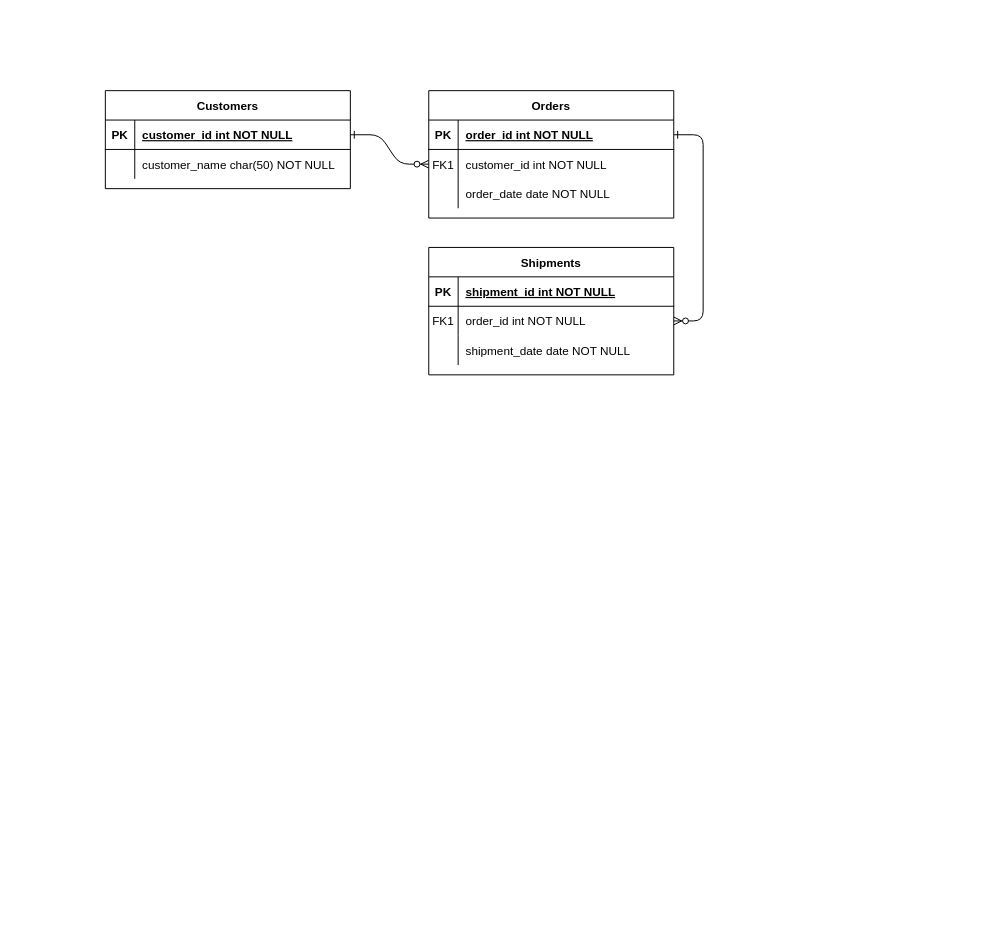
UIT20522097/UIT20522097.github.io keeps this draw.io diagram as Untitled Diagram.drawio. Above is the earlier version. Source tidied: cells renumbered, new cells numbered last; positions are measured from the earlier drawing's top-left corner, leaving out a move shared by most shapes. Both pictures are drawn from the tidied source at 98%, with x=0, y=0 at pixel (105, 90).
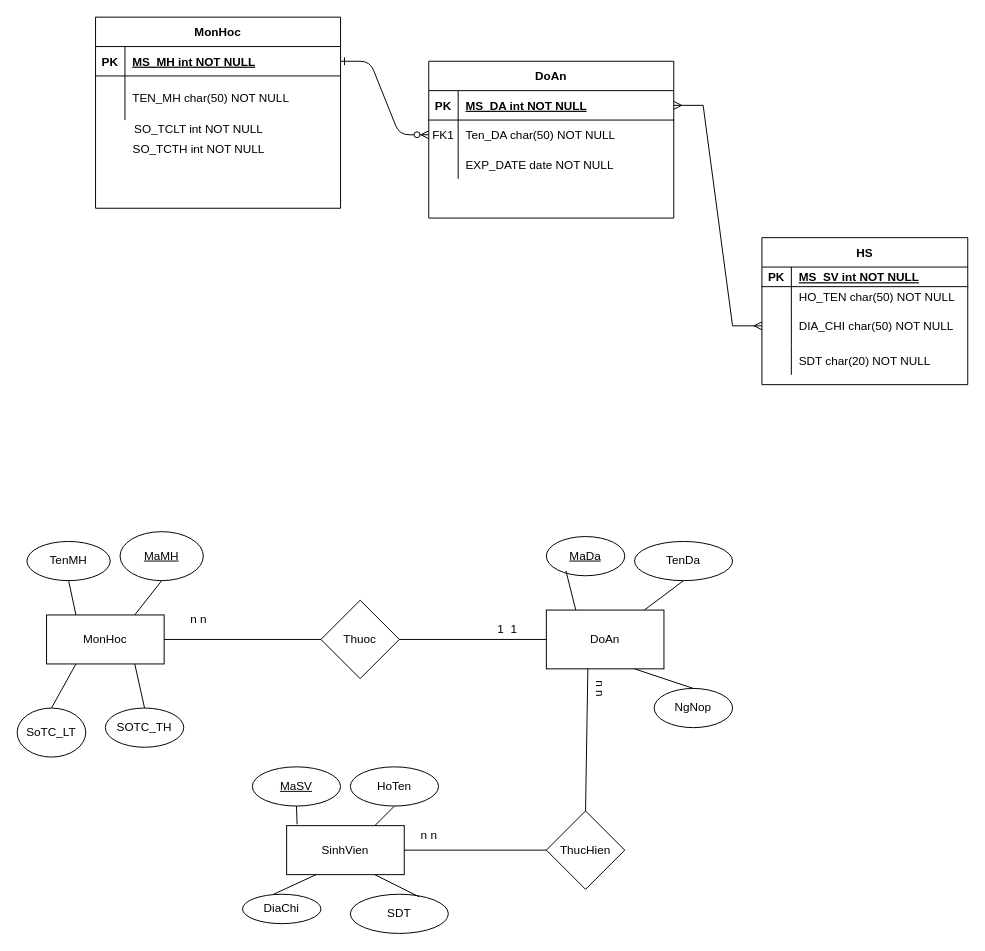
The same page after the edit.

The change refers to these unchanged cells:
```xml
<mxCell id="5" style="shape=partialRectangle;fillColor=none;points=[[0,0.5],[1,0.5]];portConstraint=eastwest;top=0;left=0;right=0;bottom=1;" parent="4" vertex="1">
  <mxGeometry y="30" width="250" height="30" as="geometry" />
</mxCell>
<mxCell id="8" style="shape=partialRectangle;fillColor=none;points=[[0,0.5],[1,0.5]];portConstraint=eastwest;top=0;left=0;right=0;bottom=0;" parent="4" vertex="1">
  <mxGeometry y="60" width="250" height="30" as="geometry" />
</mxCell>
<mxCell id="11" style="shape=partialRectangle;fillColor=none;top=0;left=0;right=0;bottom=0;" parent="4" vertex="1">
  <mxGeometry y="90" width="250" height="30" as="geometry" />
</mxCell>
<mxCell id="25" style="shape=partialRectangle;fillColor=none;points=[[0,0.5],[1,0.5]];portConstraint=eastwest;top=0;left=0;right=0;bottom=1;" parent="24" vertex="1">
  <mxGeometry y="30" width="250" height="30" as="geometry" />
</mxCell>
```

The edit, as a diff of the source:
```diff
@@
-    <mxCell id="3" style="edgeStyle=entityRelationEdgeStyle;endArrow=ERzeroToMany;startArrow=ERone;endFill=1;startFill=0;" parent="1" edge="1" source="5" target="18">
-      <mxGeometry relative="1" as="geometry" />
-    </mxCell>
-    <mxCell id="4" value="Orders" style="shape=table;startSize=30;childLayout=tableLayout;rowLines=0;fontStyle=1;align=center;" parent="1" vertex="1">
-      <mxGeometry x="330" width="250" height="130" as="geometry" />
+    <mxCell id="4" value="DoAn" style="shape=table;startSize=30;childLayout=tableLayout;rowLines=0;fontStyle=1;align=center;" parent="1" vertex="1">
+      <mxGeometry x="330" y="-30" width="250" height="160" as="geometry" />
     </mxCell>
@@
-    <mxCell id="7" value="order_id int NOT NULL " style="shape=partialRectangle;overflow=hidden;fillColor=none;top=0;left=0;bottom=0;right=0;align=left;spacingLeft=6;fontStyle=5;" parent="5" vertex="1">
+    <mxCell id="7" value="MS_DA int NOT NULL " style="shape=partialRectangle;overflow=hidden;fillColor=none;top=0;left=0;bottom=0;right=0;align=left;spacingLeft=6;fontStyle=5;" parent="5" vertex="1">
       <mxGeometry x="30" width="220" height="30" as="geometry" />
     </mxCell>
@@
-    <mxCell id="10" value="customer_id int NOT NULL" style="shape=partialRectangle;overflow=hidden;fillColor=none;top=0;left=0;bottom=0;right=0;align=left;spacingLeft=6;" parent="8" vertex="1">
+    <mxCell id="10" value="Ten_DA char(50) NOT NULL" style="shape=partialRectangle;overflow=hidden;fillColor=none;top=0;left=0;bottom=0;right=0;align=left;spacingLeft=6;" parent="8" vertex="1">
       <mxGeometry x="30" width="220" height="30" as="geometry" />
     </mxCell>
@@
-    <mxCell id="13" value="order_date date NOT NULL" style="shape=partialRectangle;overflow=hidden;fillColor=none;top=0;left=0;bottom=0;right=0;align=left;spacingLeft=6;" parent="11" vertex="1">
+    <mxCell id="13" value="EXP_DATE date NOT NULL" style="shape=partialRectangle;overflow=hidden;fillColor=none;top=0;left=0;bottom=0;right=0;align=left;spacingLeft=6;" parent="11" vertex="1">
       <mxGeometry x="30" width="220" height="30" as="geometry" />
     </mxCell>
-    <mxCell id="14" value="Shipments" style="shape=table;startSize=30;childLayout=tableLayout;rowLines=0;fontStyle=1;align=center;" parent="1" vertex="1">
-      <mxGeometry x="330" y="160" width="250" height="130" as="geometry" />
-    </mxCell>
-    <mxCell id="15" style="shape=partialRectangle;fillColor=none;top=0;left=0;right=0;bottom=1;" parent="14" vertex="1">
-      <mxGeometry y="30" width="250" height="30" as="geometry" />
-    </mxCell>
-    <mxCell id="16" value="PK" style="shape=partialRectangle;overflow=hidden;fillColor=none;top=0;left=0;bottom=0;right=0;fontStyle=1;" parent="15" vertex="1">
-      <mxGeometry width="30" height="30" as="geometry" />
-    </mxCell>
-    <mxCell id="17" value="shipment_id int NOT NULL " style="shape=partialRectangle;overflow=hidden;fillColor=none;top=0;left=0;bottom=0;right=0;align=left;spacingLeft=6;fontStyle=5;" parent="15" vertex="1">
-      <mxGeometry x="30" width="220" height="30" as="geometry" />
-    </mxCell>
-    <mxCell id="18" style="shape=partialRectangle;fillColor=none;points=[[0,0.5],[1,0.5]];portConstraint=eastwest;top=0;left=0;right=0;bottom=0;" parent="14" vertex="1">
-      <mxGeometry y="60" width="250" height="30" as="geometry" />
-    </mxCell>
-    <mxCell id="19" value="FK1" style="shape=partialRectangle;overflow=hidden;fillColor=none;top=0;left=0;bottom=0;right=0;" parent="18" vertex="1">
-      <mxGeometry width="30" height="30" as="geometry" />
-    </mxCell>
-    <mxCell id="20" value="order_id int NOT NULL" style="shape=partialRectangle;overflow=hidden;fillColor=none;top=0;left=0;bottom=0;right=0;align=left;spacingLeft=6;" parent="18" vertex="1">
-      <mxGeometry x="30" width="220" height="30" as="geometry" />
-    </mxCell>
-    <mxCell id="21" style="shape=partialRectangle;fillColor=none;top=0;left=0;right=0;bottom=0;" parent="14" vertex="1">
-      <mxGeometry y="90" width="250" height="30" as="geometry" />
-    </mxCell>
-    <mxCell id="22" style="shape=partialRectangle;overflow=hidden;fillColor=none;top=0;left=0;bottom=0;right=0;" parent="21" vertex="1">
-      <mxGeometry width="30" height="30" as="geometry" />
-    </mxCell>
-    <mxCell id="23" value="shipment_date date NOT NULL" style="shape=partialRectangle;overflow=hidden;fillColor=none;top=0;left=0;bottom=0;right=0;align=left;spacingLeft=6;" parent="21" vertex="1">
-      <mxGeometry x="30" width="220" height="30" as="geometry" />
-    </mxCell>
-    <mxCell id="24" value="Customers" style="shape=table;startSize=30;childLayout=tableLayout;rowLines=0;fontStyle=1;align=center;" parent="1" vertex="1">
-      <mxGeometry width="250" height="100" as="geometry" />
+    <mxCell id="24" value="MonHoc" style="shape=table;startSize=30;childLayout=tableLayout;rowLines=0;fontStyle=1;align=center;" parent="1" vertex="1">
+      <mxGeometry x="-10" y="-75" width="250" height="195" as="geometry" />
     </mxCell>
@@
-    <mxCell id="27" value="customer_id int NOT NULL " style="shape=partialRectangle;overflow=hidden;fillColor=none;top=0;left=0;bottom=0;right=0;align=left;spacingLeft=6;fontStyle=5;" parent="25" vertex="1">
+    <mxCell id="27" value="MS_MH int NOT NULL" style="shape=partialRectangle;overflow=hidden;fillColor=none;top=0;left=0;bottom=0;right=0;align=left;spacingLeft=6;fontStyle=5;" parent="25" vertex="1">
       <mxGeometry x="30" width="220" height="30" as="geometry" />
     </mxCell>
     <mxCell id="28" style="shape=partialRectangle;fillColor=none;top=0;left=0;right=0;bottom=0;" parent="24" vertex="1">
-      <mxGeometry y="60" width="250" height="30" as="geometry" />
+      <mxGeometry y="60" width="250" height="45" as="geometry" />
     </mxCell>
     <mxCell id="29" style="shape=partialRectangle;overflow=hidden;fillColor=none;top=0;left=0;bottom=0;right=0;" parent="28" vertex="1">
-      <mxGeometry width="30" height="30" as="geometry" />
+      <mxGeometry width="30" height="45" as="geometry" />
     </mxCell>
-    <mxCell id="30" value="customer_name char(50) NOT NULL" style="shape=partialRectangle;overflow=hidden;fillColor=none;top=0;left=0;bottom=0;right=0;align=left;spacingLeft=6;" parent="28" vertex="1">
-      <mxGeometry x="30" width="220" height="30" as="geometry" />
+    <mxCell id="30" value="TEN_MH char(50) NOT NULL" style="shape=partialRectangle;overflow=hidden;fillColor=none;top=0;left=0;bottom=0;right=0;align=left;spacingLeft=6;" parent="28" vertex="1">
+      <mxGeometry x="30" width="220" height="45" as="geometry" />
     </mxCell>
+    <mxCell id="31" value="SO_TCLT int NOT NULL" style="text;html=1;align=center;verticalAlign=middle;strokeColor=none;fillColor=none;" parent="1" vertex="1">
+      <mxGeometry x="20" y="30" width="150" height="20" as="geometry" />
+    </mxCell>
+    <mxCell id="32" value="SO_TCTH int NOT NULL" style="text;html=1;align=center;verticalAlign=middle;strokeColor=none;fillColor=none;" parent="1" vertex="1">
+      <mxGeometry x="20" y="50" width="150" height="20" as="geometry" />
+    </mxCell>
+    <mxCell id="33" value="MonHoc" style="rounded=0;whiteSpace=wrap;html=1;" parent="1" vertex="1">
+      <mxGeometry x="-60" y="535" width="120" height="50" as="geometry" />
+    </mxCell>
+    <mxCell id="34" value="DoAn" style="whiteSpace=wrap;html=1;" parent="1" vertex="1">
+      <mxGeometry x="450" y="530" width="120" height="60" as="geometry" />
+    </mxCell>
+    <mxCell id="35" value="ThucHien" style="rhombus;whiteSpace=wrap;html=1;" parent="1" vertex="1">
+      <mxGeometry x="450" y="735" width="80" height="80" as="geometry" />
+    </mxCell>
+    <mxCell id="36" value="&lt;u&gt;MaMH&lt;/u&gt;" style="ellipse;whiteSpace=wrap;html=1;" parent="1" vertex="1">
+      <mxGeometry x="15" y="450" width="85" height="50" as="geometry" />
+    </mxCell>
+    <mxCell id="37" value="TenMH" style="ellipse;whiteSpace=wrap;html=1;" parent="1" vertex="1">
+      <mxGeometry x="-80" y="460" width="85" height="40" as="geometry" />
+    </mxCell>
+    <mxCell id="38" style="edgeStyle=orthogonalEdgeStyle;rounded=0;orthogonalLoop=1;jettySize=auto;html=1;exitX=0.5;exitY=1;exitDx=0;exitDy=0;" parent="1" edge="1" source="37" target="37">
+      <mxGeometry relative="1" as="geometry" />
+    </mxCell>
+    <mxCell id="39" value="SoTC_LT" style="ellipse;whiteSpace=wrap;html=1;" parent="1" vertex="1">
+      <mxGeometry x="-90" y="630" width="70" height="50" as="geometry" />
+    </mxCell>
+    <mxCell id="40" value="SOTC_TH" style="ellipse;whiteSpace=wrap;html=1;" parent="1" vertex="1">
+      <mxGeometry y="630" width="80" height="40" as="geometry" />
+    </mxCell>
+    <mxCell id="41" value="&lt;u&gt;MaDa&lt;/u&gt;" style="ellipse;whiteSpace=wrap;html=1;" parent="1" vertex="1">
+      <mxGeometry x="450" y="455" width="80" height="40" as="geometry" />
+    </mxCell>
+    <mxCell id="42" value="TenDa" style="ellipse;whiteSpace=wrap;html=1;" parent="1" vertex="1">
+      <mxGeometry x="540" y="460" width="100" height="40" as="geometry" />
+    </mxCell>
+    <mxCell id="43" value="NgNop&lt;br&gt;" style="ellipse;whiteSpace=wrap;html=1;" parent="1" vertex="1">
+      <mxGeometry x="560" y="610" width="80" height="40" as="geometry" />
+    </mxCell>
+    <mxCell id="44" value="SinhVien" style="rounded=0;whiteSpace=wrap;html=1;" parent="1" vertex="1">
+      <mxGeometry x="185" y="750" width="120" height="50" as="geometry" />
+    </mxCell>
+    <mxCell id="45" value="&lt;u&gt;MaSV&lt;/u&gt;" style="ellipse;whiteSpace=wrap;html=1;" parent="1" vertex="1">
+      <mxGeometry x="150" y="690" width="90" height="40" as="geometry" />
+    </mxCell>
+    <mxCell id="46" value="HoTen" style="ellipse;whiteSpace=wrap;html=1;" parent="1" vertex="1">
+      <mxGeometry x="250" y="690" width="90" height="40" as="geometry" />
+    </mxCell>
+    <mxCell id="47" value="DiaChi" style="ellipse;whiteSpace=wrap;html=1;" parent="1" vertex="1">
+      <mxGeometry x="140" y="820" width="80" height="30" as="geometry" />
+    </mxCell>
+    <mxCell id="48" value="SDT" style="ellipse;whiteSpace=wrap;html=1;" parent="1" vertex="1">
+      <mxGeometry x="250" y="820" width="100" height="40" as="geometry" />
+    </mxCell>
+    <mxCell id="49" style="edgeStyle=none;rounded=0;orthogonalLoop=1;jettySize=auto;html=1;entryX=0;entryY=0.5;entryDx=0;entryDy=0;" parent="1" edge="1" source="34" target="34">
+      <mxGeometry relative="1" as="geometry" />
+    </mxCell>
+    <mxCell id="50" value="Thuoc" style="rhombus;whiteSpace=wrap;html=1;" parent="1" vertex="1">
+      <mxGeometry x="220" y="520" width="80" height="80" as="geometry" />
+    </mxCell>
+    <mxCell id="51" style="endArrow=none;html=1;rounded=0;exitX=1;exitY=0.5;exitDx=0;exitDy=0;" parent="1" edge="1" source="50">
+      <mxGeometry relative="1" as="geometry">
+        <mxPoint x="450" y="560" as="targetPoint" />
+      </mxGeometry>
+    </mxCell>
+    <mxCell id="52" style="endArrow=none;html=1;rounded=0;entryX=0;entryY=0.5;entryDx=0;entryDy=0;exitX=1;exitY=0.5;exitDx=0;exitDy=0;" parent="1" edge="1" source="33" target="50">
+      <mxGeometry relative="1" as="geometry" />
+    </mxCell>
+    <mxCell id="53" value="1&amp;nbsp; 1" style="text;html=1;align=center;verticalAlign=middle;strokeColor=none;fillColor=none;" parent="1" vertex="1">
+      <mxGeometry x="390" y="540" width="40" height="20" as="geometry" />
+    </mxCell>
+    <mxCell id="54" value="n n" style="text;html=1;align=center;verticalAlign=middle;strokeColor=none;fillColor=none;" parent="1" vertex="1">
+      <mxGeometry x="80" y="530" width="30" height="20" as="geometry" />
+    </mxCell>
+    <mxCell id="55" style="endArrow=none;html=1;rounded=0;entryX=0;entryY=0.5;entryDx=0;entryDy=0;exitX=1;exitY=0.5;exitDx=0;exitDy=0;" parent="1" edge="1" source="44" target="35">
+      <mxGeometry relative="1" as="geometry" />
+    </mxCell>
+    <mxCell id="56" style="endArrow=none;html=1;rounded=0;entryX=0.353;entryY=0.989;entryDx=0;entryDy=0;entryPerimeter=0;exitX=0.5;exitY=0;exitDx=0;exitDy=0;" parent="1" edge="1" source="35" target="34">
+      <mxGeometry relative="1" as="geometry" />
+    </mxCell>
+    <mxCell id="57" value="n n" style="text;html=1;align=center;verticalAlign=middle;strokeColor=none;fillColor=none;" parent="1" vertex="1">
+      <mxGeometry x="315" y="750" width="30" height="20" as="geometry" />
+    </mxCell>
+    <mxCell id="58" value="n n" style="text;html=1;align=center;verticalAlign=middle;strokeColor=none;fillColor=none;rotation=90;" parent="1" vertex="1">
+      <mxGeometry x="490" y="600" width="30" height="20" as="geometry" />
+    </mxCell>
+    <mxCell id="59" style="endArrow=none;html=1;rounded=0;exitX=0.5;exitY=1;exitDx=0;exitDy=0;entryX=0.75;entryY=0;entryDx=0;entryDy=0;" parent="1" edge="1" source="36" target="33">
+      <mxGeometry relative="1" as="geometry" />
+    </mxCell>
+    <mxCell id="60" style="endArrow=none;html=1;rounded=0;exitX=0.25;exitY=0;exitDx=0;exitDy=0;entryX=0.5;entryY=1;entryDx=0;entryDy=0;" parent="1" edge="1" source="33" target="37">
+      <mxGeometry relative="1" as="geometry" />
+    </mxCell>
+    <mxCell id="61" style="endArrow=none;html=1;rounded=0;exitX=0.25;exitY=1;exitDx=0;exitDy=0;entryX=0.5;entryY=0;entryDx=0;entryDy=0;" parent="1" edge="1" source="33" target="39">
+      <mxGeometry relative="1" as="geometry" />
+    </mxCell>
+    <mxCell id="62" style="endArrow=none;html=1;rounded=0;exitX=0.75;exitY=1;exitDx=0;exitDy=0;entryX=0.5;entryY=0;entryDx=0;entryDy=0;" parent="1" edge="1" source="33" target="40">
+      <mxGeometry relative="1" as="geometry" />
+    </mxCell>
+    <mxCell id="63" style="endArrow=none;html=1;rounded=0;entryX=0.25;entryY=0;entryDx=0;entryDy=0;" parent="1" edge="1" target="34">
+      <mxGeometry relative="1" as="geometry">
+        <mxPoint x="470" y="490" as="sourcePoint" />
+      </mxGeometry>
+    </mxCell>
+    <mxCell id="64" style="endArrow=none;html=1;rounded=0;entryX=0.5;entryY=1;entryDx=0;entryDy=0;" parent="1" edge="1" source="34" target="42">
+      <mxGeometry relative="1" as="geometry" />
+    </mxCell>
+    <mxCell id="65" style="endArrow=none;html=1;rounded=0;entryX=0.75;entryY=1;entryDx=0;entryDy=0;exitX=0.5;exitY=0;exitDx=0;exitDy=0;" parent="1" edge="1" source="43" target="34">
+      <mxGeometry relative="1" as="geometry" />
+    </mxCell>
+    <mxCell id="66" style="endArrow=none;html=1;rounded=0;entryX=0.5;entryY=1;entryDx=0;entryDy=0;exitX=0.089;exitY=-0.027;exitDx=0;exitDy=0;exitPerimeter=0;" parent="1" edge="1" source="44" target="45">
+      <mxGeometry relative="1" as="geometry" />
+    </mxCell>
+    <mxCell id="67" style="endArrow=none;html=1;rounded=0;entryX=0.5;entryY=1;entryDx=0;entryDy=0;exitX=0.75;exitY=0;exitDx=0;exitDy=0;" parent="1" edge="1" source="44" target="46">
+      <mxGeometry relative="1" as="geometry" />
+    </mxCell>
+    <mxCell id="68" style="endArrow=none;html=1;rounded=0;exitX=0.396;exitY=0;exitDx=0;exitDy=0;exitPerimeter=0;entryX=0.25;entryY=1;entryDx=0;entryDy=0;" parent="1" edge="1" source="47" target="44">
+      <mxGeometry relative="1" as="geometry" />
+    </mxCell>
+    <mxCell id="69" style="endArrow=none;html=1;rounded=0;entryX=0.703;entryY=0.067;entryDx=0;entryDy=0;entryPerimeter=0;exitX=0.75;exitY=1;exitDx=0;exitDy=0;" parent="1" edge="1" source="44" target="48">
+      <mxGeometry relative="1" as="geometry" />
+    </mxCell>
+    <mxCell id="70" value="HS" style="shape=table;startSize=30;childLayout=tableLayout;rowLines=0;fontStyle=1;align=center;" parent="1" vertex="1">
+      <mxGeometry x="670" y="150" width="210" height="150" as="geometry" />
+    </mxCell>
+    <mxCell id="71" style="shape=partialRectangle;fillColor=none;top=0;left=0;bottom=1;right=0;" parent="70" vertex="1">
+      <mxGeometry y="30" width="210" height="20" as="geometry" />
+    </mxCell>
+    <mxCell id="16" value="PK" style="shape=partialRectangle;fillColor=none;top=0;left=0;bottom=0;right=0;fontStyle=1;overflow=hidden;" parent="71" vertex="1">
+      <mxGeometry width="30" height="20" as="geometry" />
+    </mxCell>
+    <mxCell id="72" value="MS_SV int NOT NULL" style="shape=partialRectangle;fillColor=none;top=0;left=0;bottom=0;right=0;align=left;spacingLeft=6;fontStyle=5;overflow=hidden;" parent="71" vertex="1">
+      <mxGeometry x="30" width="180" height="20" as="geometry" />
+    </mxCell>
+    <mxCell id="73" style="shape=partialRectangle;fillColor=none;top=0;left=0;bottom=0;right=0;" parent="70" vertex="1">
+      <mxGeometry y="50" width="210" height="20" as="geometry" />
+    </mxCell>
+    <mxCell id="74" style="shape=partialRectangle;fillColor=none;top=0;left=0;bottom=0;right=0;overflow=hidden;" parent="73" vertex="1">
+      <mxGeometry width="30" height="20" as="geometry" />
+    </mxCell>
+    <mxCell id="75" value="HO_TEN char(50) NOT NULL" style="shape=partialRectangle;fillColor=none;top=0;left=0;bottom=0;right=0;align=left;spacingLeft=6;overflow=hidden;" parent="73" vertex="1">
+      <mxGeometry x="30" width="180" height="20" as="geometry" />
+    </mxCell>
+    <mxCell id="76" style="shape=partialRectangle;fillColor=none;top=0;left=0;bottom=0;right=0;points=[[0,0.5],[1,0.5]];portConstraint=eastwest;" parent="70" vertex="1">
+      <mxGeometry y="70" width="210" height="40" as="geometry" />
+    </mxCell>
+    <mxCell id="77" style="shape=partialRectangle;fillColor=none;top=0;left=0;bottom=0;right=0;overflow=hidden;" parent="76" vertex="1">
+      <mxGeometry width="30" height="40" as="geometry" />
+    </mxCell>
+    <mxCell id="78" value="DIA_CHI char(50) NOT NULL" style="shape=partialRectangle;fillColor=none;top=0;left=0;bottom=0;right=0;align=left;spacingLeft=6;overflow=hidden;" parent="76" vertex="1">
+      <mxGeometry x="30" width="180" height="40" as="geometry" />
+    </mxCell>
+    <mxCell id="79" style="shape=partialRectangle;fillColor=none;top=0;left=0;bottom=0;right=0;" parent="70" vertex="1">
+      <mxGeometry y="110" width="210" height="30" as="geometry" />
+    </mxCell>
+    <mxCell id="80" style="shape=partialRectangle;fillColor=none;top=0;left=0;bottom=0;right=0;overflow=hidden;" parent="79" vertex="1">
+      <mxGeometry width="30" height="30" as="geometry" />
+    </mxCell>
+    <mxCell id="81" value="SDT char(20) NOT NULL" style="shape=partialRectangle;fillColor=none;top=0;left=0;bottom=0;right=0;align=left;spacingLeft=6;overflow=hidden;" parent="79" vertex="1">
+      <mxGeometry x="30" width="180" height="30" as="geometry" />
+    </mxCell>
+    <mxCell id="82" style="edgeStyle=entityRelationEdgeStyle;fontSize=12;html=1;endArrow=ERmany;startArrow=ERmany;rounded=0;exitX=1;exitY=0.5;exitDx=0;exitDy=0;" parent="1" edge="1" source="5" target="76">
+      <mxGeometry relative="1" as="geometry" />
+    </mxCell>
```
